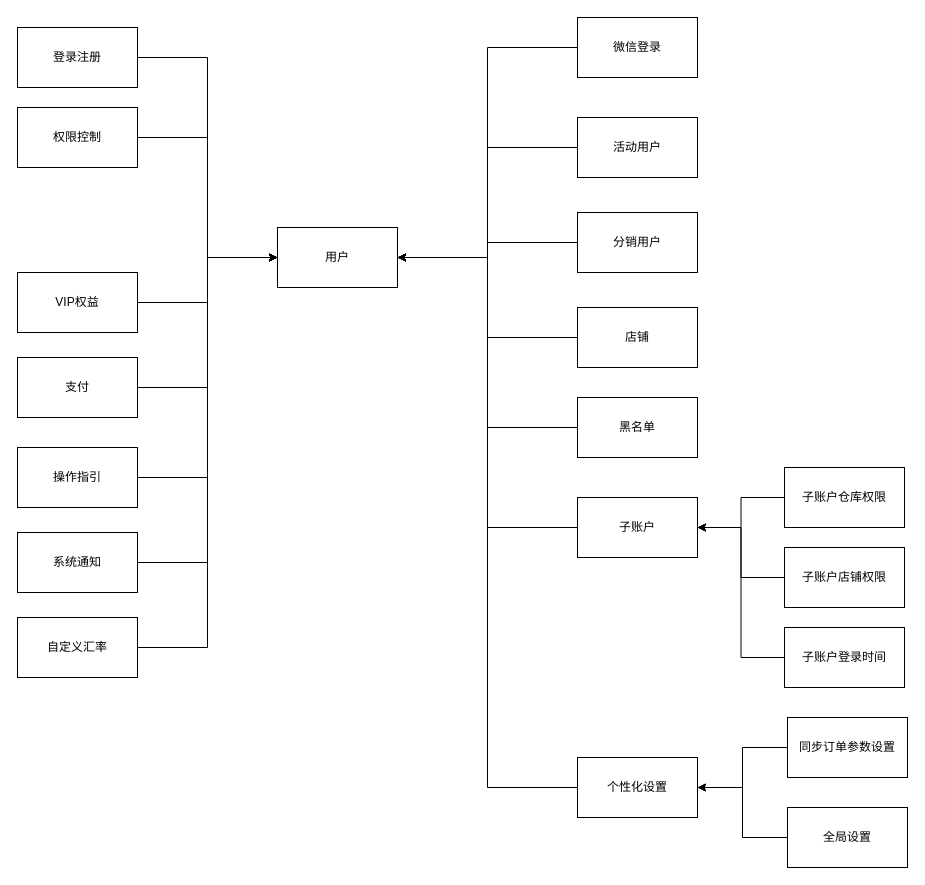
Above: mango/用户服务领域模型v1.0.drawio in ciyuan1269691683/personal_picture_bed (draw.io), before the change. Source tidied: cells renumbered, new cells numbered last; positions are measured from the earlier drawing's top-left corner, leaving out a move shared by most shapes. Both pictures are drawn from the tidied source at 100%, with x=0, y=0 at pixel (17, 17).
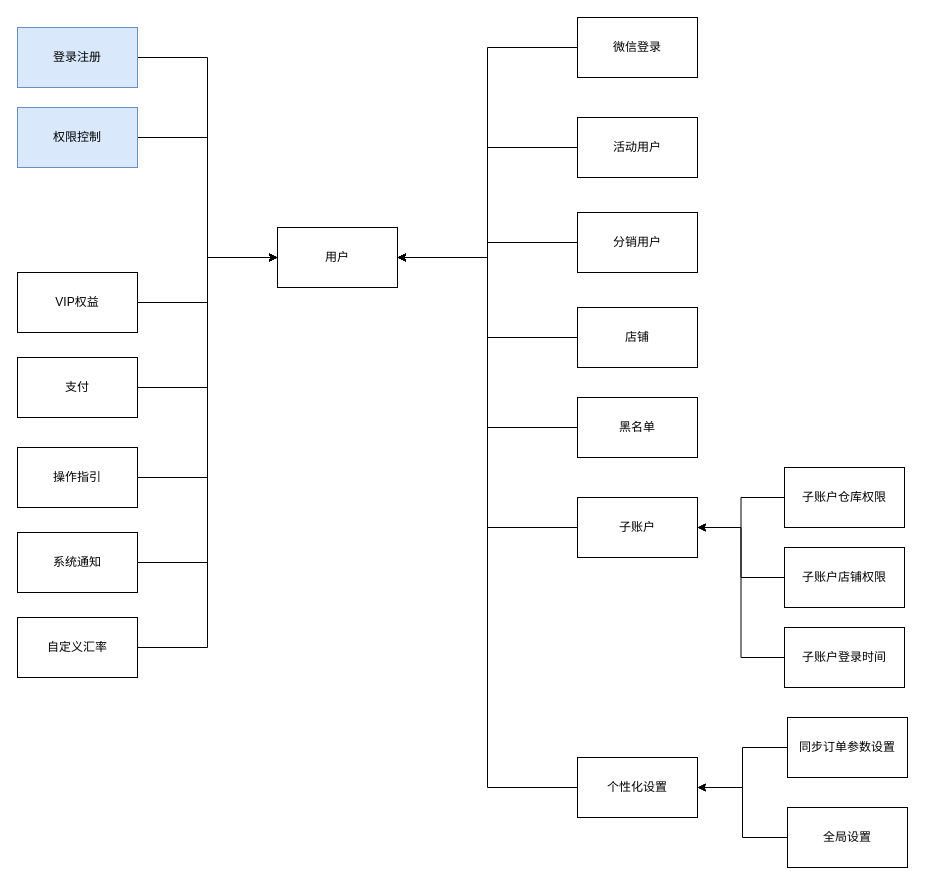
The same diagram, later.

Commit message (it also covers changes not shown here):
更新用户服务领域模型v1.0.drawio

What changed in the source:
```diff
@@
-    <mxCell id="10" value="权限控制" style="rounded=0;whiteSpace=wrap;html=1;" parent="1" vertex="1">
+    <mxCell id="10" value="权限控制" style="rounded=0;whiteSpace=wrap;html=1;fillColor=#dae8fc;strokeColor=#6c8ebf;" parent="1" vertex="1">
       <mxGeometry y="90" width="120" height="60" as="geometry" />
     </mxCell>
@@
-    <mxCell id="40" value="登录注册" style="rounded=0;whiteSpace=wrap;html=1;" parent="1" vertex="1">
+    <mxCell id="40" value="登录注册" style="rounded=0;whiteSpace=wrap;html=1;fillColor=#dae8fc;strokeColor=#6c8ebf;" parent="1" vertex="1">
       <mxGeometry y="10" width="120" height="60" as="geometry" />
     </mxCell>
```
